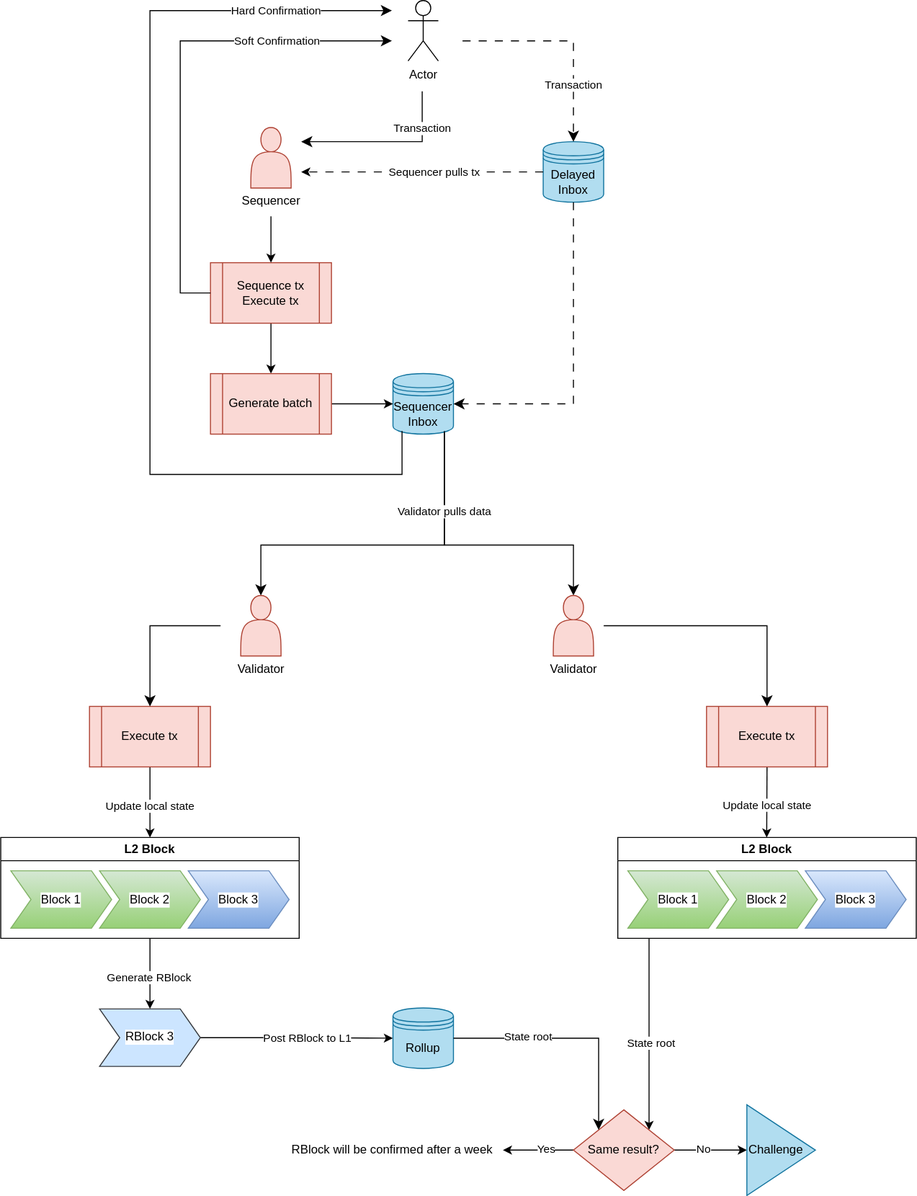
Before: L_L2/arbitrum_one/img/rollup-detail.drawio.svg, a diagram exported from draw.io (blockchaininnovation/lecture). Source tidied: cells renumbered, new cells last; positions are measured from the earlier drawing's top-left corner, leaving out a move shared by most shapes.
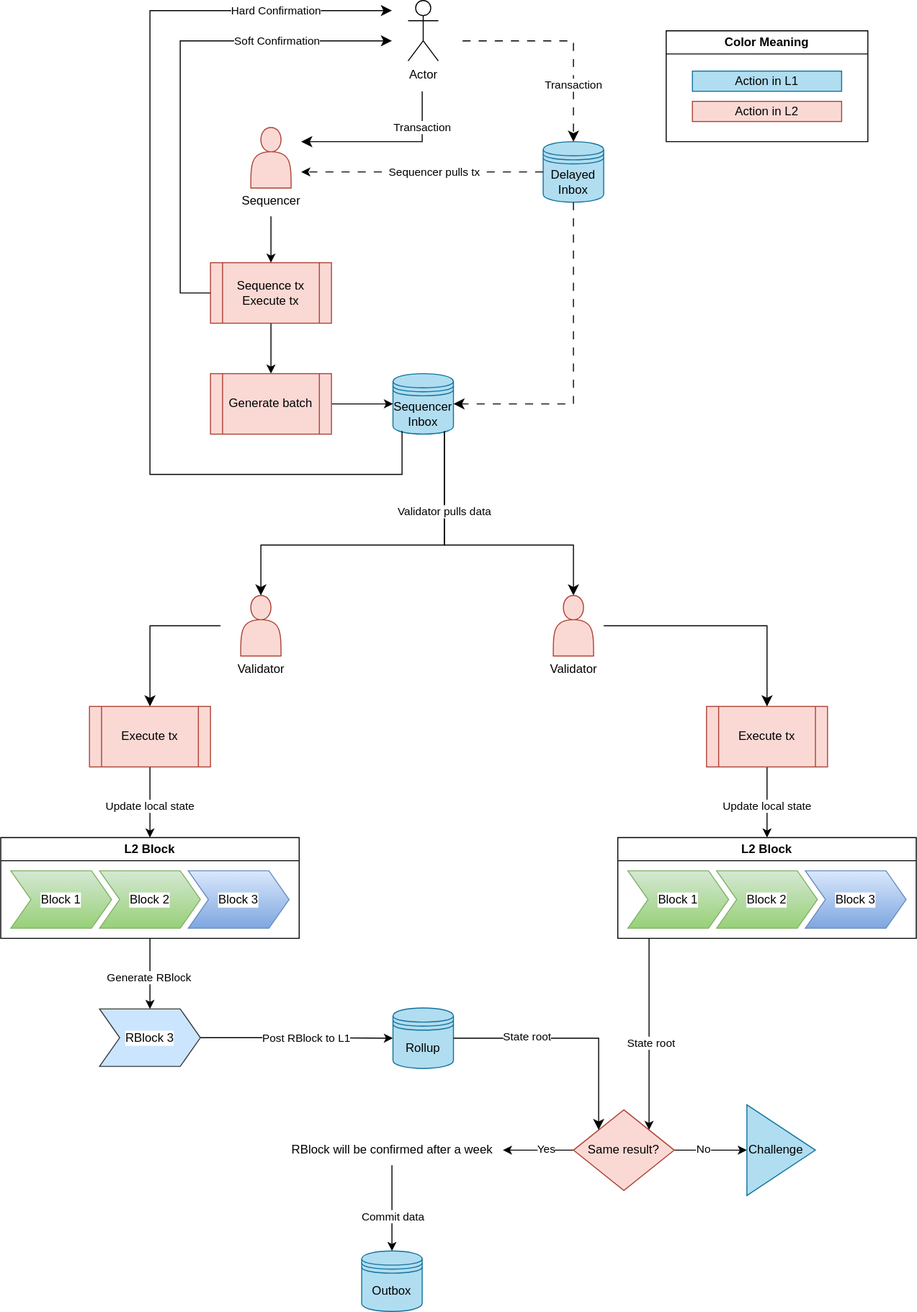
The same file after the commit.

Change to the diagram source:
```diff
@@ -247,11 +247,29 @@
     <mxCell id="63" value="State root" style="edgeLabel;html=1;align=center;verticalAlign=middle;fontColor=#000000;labelBackgroundColor=#FFFFFF;" parent="62" vertex="1">
       <mxGeometry x="-0.38" y="1" relative="1" as="geometry" />
     </mxCell>
+    <mxCell id="66" style="edgeStyle=none;html=1;entryX=0.5;entryY=0;entryDx=0;entryDy=0;fontColor=#000000;strokeColor=#000000;" parent="1" edge="1" source="64" target="71">
+      <mxGeometry relative="1" as="geometry" />
+    </mxCell>
+    <mxCell id="67" value="Commit data" style="edgeLabel;html=1;align=center;verticalAlign=middle;fontColor=#000000;labelBackgroundColor=#FFFFFF;" parent="66" vertex="1">
+      <mxGeometry x="0.19" y="1" relative="1" as="geometry" />
+    </mxCell>
     <mxCell id="64" value="RBlock will be confirmed after a week" style="text;html=1;align=center;verticalAlign=middle;points=[];strokeColor=none;fillColor=none;fontColor=#000000;" parent="1" vertex="1">
       <mxGeometry x="278" y="1125" width="220" height="30" as="geometry" />
     </mxCell>
     <mxCell id="65" value="Challenge" style="triangle;whiteSpace=wrap;html=1;labelBackgroundColor=none;labelBorderColor=none;strokeColor=#10739e;fillColor=#b1ddf0;align=left;fontColor=#000000;" parent="1" vertex="1">
       <mxGeometry x="740" y="1095" width="68" height="90" as="geometry" />
     </mxCell>
+    <mxCell id="68" value="Color Meaning" style="swimlane;whiteSpace=wrap;html=1;fontColor=#000000;fillColor=#FFFFFF;" parent="1" vertex="1">
+      <mxGeometry x="660" y="30" width="200" height="110" as="geometry" />
+    </mxCell>
+    <mxCell id="69" value="Action in L1" style="rounded=0;whiteSpace=wrap;html=1;fillColor=#b1ddf0;strokeColor=#10739e;fontColor=#000000;" parent="68" vertex="1">
+      <mxGeometry x="26" y="40" width="148" height="20" as="geometry" />
+    </mxCell>
+    <mxCell id="70" value="Action in L2" style="rounded=0;whiteSpace=wrap;html=1;fillColor=#fad9d5;strokeColor=#ae4132;fontColor=#000000;" parent="68" vertex="1">
+      <mxGeometry x="26" y="70" width="148" height="20" as="geometry" />
+    </mxCell>
+    <mxCell id="71" value="Outbox" style="shape=datastore;whiteSpace=wrap;html=1;fillColor=#b1ddf0;strokeColor=#10739e;fontColor=#000000;" parent="1" vertex="1">
+      <mxGeometry x="358" y="1240" width="60" height="60" as="geometry" />
+    </mxCell>
   </root>
 </mxGraphModel>
```
